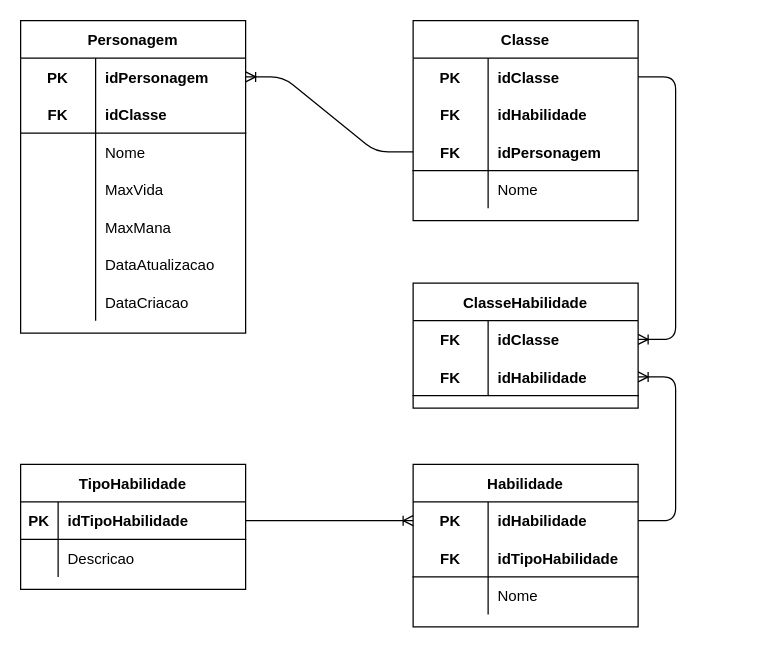
The draw.io diagram page "logico" (2 of 2) of DesafioHROADS/DiagramaConceitualHROADS.drawio in Vitormanoel-melo/Sprint-1_BD_Relacional, before the edit. Source tidied: cells renumbered, new cells numbered last; positions are measured from the earlier drawing's top-left corner, leaving out a move shared by most shapes. Both pictures are drawn from the tidied source at 125%, with x=0, y=0 at pixel (20, 20).
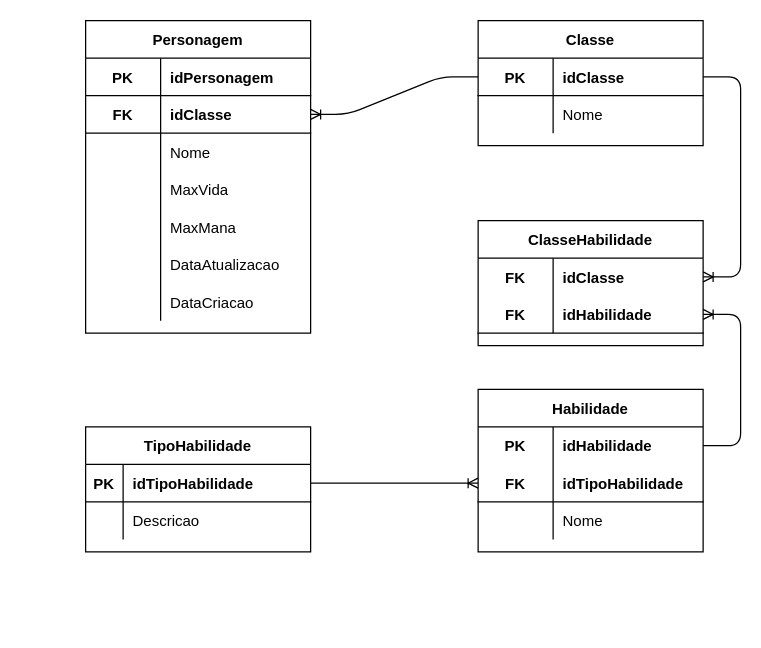
Above is the later version.

Commit message (it also covers changes not shown here):
Modelo conceitual, logico e físico concluídos

Unchanged cells that the change refers to:
```xml
<mxCell id="38" style="shape=partialRectangle;fillColor=none;top=0;left=0;bottom=0;right=0;points=[[0,0.5],[1,0.5]];portConstraint=eastwest;" parent="37" vertex="1">
  <mxGeometry y="30" width="180" height="30" as="geometry" />
</mxCell>
<mxCell id="41" style="shape=partialRectangle;fillColor=none;top=0;left=0;bottom=1;right=0;points=[[0,0.5],[1,0.5]];portConstraint=eastwest;" parent="37" vertex="1">
  <mxGeometry y="60" width="180" height="30" as="geometry" />
</mxCell>
<mxCell id="48" style="shape=partialRectangle;fillColor=none;top=0;left=0;bottom=1;right=0;points=[[0,0.5],[1,0.5]];portConstraint=eastwest;" parent="47" vertex="1">
  <mxGeometry y="30" width="180" height="30" as="geometry" />
</mxCell>
<mxCell id="56" style="shape=partialRectangle;fillColor=none;top=0;left=0;bottom=0;right=0;points=[[0,0.5],[1,0.5]];portConstraint=eastwest;" parent="55" vertex="1">
  <mxGeometry y="30" width="180" height="30" as="geometry" />
</mxCell>
```

Diff of the diagram source:
```diff
@@
     <mxCell id="2" value="Personagem" style="shape=table;startSize=30;childLayout=tableLayout;rowLines=0;fontStyle=1;align=center;" parent="1" vertex="1">
-      <mxGeometry width="180" height="250" as="geometry" />
+      <mxGeometry x="52" width="180" height="250" as="geometry" />
     </mxCell>
-    <mxCell id="3" style="shape=partialRectangle;fillColor=none;top=0;left=0;bottom=0;right=0;points=[[0,0.5],[1,0.5]];portConstraint=eastwest;" parent="2" vertex="1">
-      <mxGeometry y="30" width="180" height="30" as="geometry" />
-    </mxCell>
-    <mxCell id="4" value="PK" style="shape=partialRectangle;fillColor=none;top=0;left=0;bottom=0;right=0;fontStyle=1;overflow=hidden;" parent="3" vertex="1">
-      <mxGeometry width="60" height="30" as="geometry" />
-    </mxCell>
-    <mxCell id="5" value="idPersonagem" style="shape=partialRectangle;fillColor=none;top=0;left=0;bottom=0;right=0;align=left;spacingLeft=6;fontStyle=1;overflow=hidden;" parent="3" vertex="1">
-      <mxGeometry x="60" width="120" height="30" as="geometry" />
-    </mxCell>
     <mxCell id="6" style="shape=partialRectangle;fillColor=none;top=0;left=0;bottom=1;right=0;" parent="2" vertex="1">
-      <mxGeometry y="60" width="180" height="30" as="geometry" />
+      <mxGeometry y="30" width="180" height="30" as="geometry" />
     </mxCell>
-    <mxCell id="7" value="FK" style="shape=partialRectangle;fillColor=none;top=0;left=0;bottom=0;right=0;fontStyle=1;overflow=hidden;" parent="6" vertex="1">
+    <mxCell id="7" value="PK" style="shape=partialRectangle;fillColor=none;top=0;left=0;bottom=0;right=0;fontStyle=1;overflow=hidden;" parent="6" vertex="1">
       <mxGeometry width="60" height="30" as="geometry" />
     </mxCell>
-    <mxCell id="8" value="idClasse" style="shape=partialRectangle;fillColor=none;top=0;left=0;bottom=0;right=0;align=left;spacingLeft=6;fontStyle=1;overflow=hidden;" parent="6" vertex="1">
+    <mxCell id="8" value="idPersonagem" style="shape=partialRectangle;fillColor=none;top=0;left=0;bottom=0;right=0;align=left;spacingLeft=6;fontStyle=1;overflow=hidden;" parent="6" vertex="1">
       <mxGeometry x="60" width="120" height="30" as="geometry" />
     </mxCell>
+    <mxCell id="65" style="shape=partialRectangle;fillColor=none;top=0;left=0;bottom=1;right=0;points=[[0,0.5],[1,0.5]];portConstraint=eastwest;" parent="2" vertex="1">
+      <mxGeometry y="60" width="180" height="30" as="geometry" />
+    </mxCell>
+    <mxCell id="66" value="FK" style="shape=partialRectangle;fillColor=none;top=0;left=0;bottom=0;right=0;fontStyle=1;overflow=hidden;" parent="65" vertex="1">
+      <mxGeometry width="60" height="30" as="geometry" />
+    </mxCell>
+    <mxCell id="67" value="idClasse" style="shape=partialRectangle;fillColor=none;top=0;left=0;bottom=0;right=0;align=left;spacingLeft=6;fontStyle=1;overflow=hidden;" parent="65" vertex="1">
+      <mxGeometry x="60" width="120" height="30" as="geometry" />
+    </mxCell>
@@
     <mxCell id="24" value="Classe" style="shape=table;startSize=30;childLayout=tableLayout;rowLines=0;fontStyle=1;align=center;" parent="1" vertex="1">
-      <mxGeometry x="314" width="180" height="160" as="geometry" />
+      <mxGeometry x="366" width="180" height="100" as="geometry" />
     </mxCell>
-    <mxCell id="25" style="shape=partialRectangle;fillColor=none;top=0;left=0;bottom=0;right=0;points=[[0,0.5],[1,0.5]];portConstraint=eastwest;" parent="24" vertex="1">
-      <mxGeometry y="30" width="180" height="30" as="geometry" />
-    </mxCell>
-    <mxCell id="26" value="PK" style="shape=partialRectangle;fillColor=none;top=0;left=0;bottom=0;right=0;fontStyle=1;overflow=hidden;" parent="25" vertex="1">
-      <mxGeometry width="60" height="30" as="geometry" />
-    </mxCell>
-    <mxCell id="27" value="idClasse" style="shape=partialRectangle;fillColor=none;top=0;left=0;bottom=0;right=0;align=left;spacingLeft=6;fontStyle=1;overflow=hidden;" parent="25" vertex="1">
-      <mxGeometry x="60" width="120" height="30" as="geometry" />
-    </mxCell>
-    <mxCell id="28" style="shape=partialRectangle;fillColor=none;top=0;left=0;bottom=0;right=0;" parent="24" vertex="1">
-      <mxGeometry y="60" width="180" height="30" as="geometry" />
-    </mxCell>
-    <mxCell id="29" value="FK" style="shape=partialRectangle;fillColor=none;top=0;left=0;bottom=0;right=0;fontStyle=1;overflow=hidden;" parent="28" vertex="1">
-      <mxGeometry width="60" height="30" as="geometry" />
-    </mxCell>
-    <mxCell id="30" value="idHabilidade" style="shape=partialRectangle;fillColor=none;top=0;left=0;bottom=0;right=0;align=left;spacingLeft=6;fontStyle=1;overflow=hidden;" parent="28" vertex="1">
-      <mxGeometry x="60" width="120" height="30" as="geometry" />
-    </mxCell>
-    <mxCell id="31" style="shape=partialRectangle;fillColor=none;top=0;left=0;bottom=1;right=0;points=[[0,0.5],[1,0.5]];portConstraint=eastwest;" parent="24" vertex="1">
-      <mxGeometry y="90" width="180" height="30" as="geometry" />
-    </mxCell>
-    <mxCell id="32" value="FK" style="shape=partialRectangle;fillColor=none;top=0;left=0;bottom=0;right=0;fontStyle=1;overflow=hidden;" parent="31" vertex="1">
-      <mxGeometry width="60" height="30" as="geometry" />
-    </mxCell>
-    <mxCell id="33" value="idPersonagem" style="shape=partialRectangle;fillColor=none;top=0;left=0;bottom=0;right=0;align=left;spacingLeft=6;fontStyle=1;overflow=hidden;" parent="31" vertex="1">
-      <mxGeometry x="60" width="120" height="30" as="geometry" />
-    </mxCell>
+    <mxCell id="68" style="shape=partialRectangle;fillColor=none;top=0;left=0;bottom=1;right=0;points=[[0,0.5],[1,0.5]];portConstraint=eastwest;" parent="24" vertex="1">
+      <mxGeometry y="30" width="180" height="30" as="geometry" />
+    </mxCell>
+    <mxCell id="69" value="PK" style="shape=partialRectangle;fillColor=none;top=0;left=0;bottom=0;right=0;fontStyle=1;overflow=hidden;" parent="68" vertex="1">
+      <mxGeometry width="60" height="30" as="geometry" />
+    </mxCell>
+    <mxCell id="70" value="idClasse" style="shape=partialRectangle;fillColor=none;top=0;left=0;bottom=0;right=0;align=left;spacingLeft=6;fontStyle=1;overflow=hidden;" parent="68" vertex="1">
+      <mxGeometry x="60" width="120" height="30" as="geometry" />
+    </mxCell>
     <mxCell id="34" style="shape=partialRectangle;fillColor=none;top=0;left=0;bottom=0;right=0;" parent="24" vertex="1">
-      <mxGeometry y="120" width="180" height="30" as="geometry" />
+      <mxGeometry y="60" width="180" height="30" as="geometry" />
     </mxCell>
@@
     <mxCell id="37" value="Habilidade" style="shape=table;startSize=30;childLayout=tableLayout;rowLines=0;fontStyle=1;align=center;" parent="1" vertex="1">
-      <mxGeometry x="314" y="355" width="180" height="130" as="geometry" />
+      <mxGeometry x="366" y="295" width="180" height="130" as="geometry" />
     </mxCell>
@@
     <mxCell id="47" value="TipoHabilidade" style="shape=table;startSize=30;childLayout=tableLayout;rowLines=0;fontStyle=1;align=center;" parent="1" vertex="1">
-      <mxGeometry y="355" width="180" height="100" as="geometry" />
+      <mxGeometry x="52" y="325" width="180" height="100" as="geometry" />
     </mxCell>
@@
-    <mxCell id="54" style="edgeStyle=entityRelationEdgeStyle;fontSize=12;html=1;endArrow=ERoneToMany;exitX=0;exitY=0.5;exitDx=0;exitDy=0;entryX=1;entryY=0.5;entryDx=0;entryDy=0;" parent="1" edge="1" source="31" target="3">
-      <mxGeometry relative="1" as="geometry" />
-    </mxCell>
     <mxCell id="55" value="ClasseHabilidade" style="shape=table;startSize=30;childLayout=tableLayout;rowLines=0;fontStyle=1;align=center;" parent="1" vertex="1">
-      <mxGeometry x="314" y="210" width="180" height="100" as="geometry" />
+      <mxGeometry x="366" y="160" width="180" height="100" as="geometry" />
     </mxCell>
@@
-    <mxCell id="62" style="edgeStyle=entityRelationEdgeStyle;fontSize=12;html=1;endArrow=ERoneToMany;exitX=1;exitY=0.5;exitDx=0;exitDy=0;entryX=1;entryY=0.5;entryDx=0;entryDy=0;" parent="1" edge="1" source="25" target="56">
-      <mxGeometry relative="1" as="geometry" />
+    <mxCell id="62" style="edgeStyle=entityRelationEdgeStyle;fontSize=12;html=1;endArrow=ERoneToMany;exitX=1;exitY=0.5;exitDx=0;exitDy=0;entryX=1;entryY=0.5;entryDx=0;entryDy=0;" parent="1" edge="1" target="56">
+      <mxGeometry relative="1" as="geometry">
+        <mxPoint x="546" y="45" as="sourcePoint" />
+      </mxGeometry>
     </mxCell>
@@
-    <mxCell id="64" style="edgeStyle=entityRelationEdgeStyle;fontSize=12;html=1;endArrow=ERoneToMany;exitX=1;exitY=0.5;exitDx=0;exitDy=0;entryX=0;entryY=0.5;entryDx=0;entryDy=0;" parent="1" edge="1" source="48" target="38">
+    <mxCell id="64" style="edgeStyle=entityRelationEdgeStyle;fontSize=12;html=1;endArrow=ERoneToMany;exitX=1;exitY=0.5;exitDx=0;exitDy=0;entryX=0;entryY=0.5;entryDx=0;entryDy=0;" parent="1" edge="1" source="48" target="41">
       <mxGeometry relative="1" as="geometry" />
     </mxCell>
+    <mxCell id="71" style="edgeStyle=entityRelationEdgeStyle;fontSize=12;html=1;endArrow=ERoneToMany;entryX=1;entryY=0.5;entryDx=0;entryDy=0;exitX=0;exitY=0.5;exitDx=0;exitDy=0;" parent="1" edge="1" source="68" target="65">
+      <mxGeometry relative="1" as="geometry" />
+    </mxCell>
```
